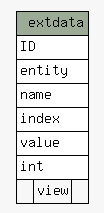
zeyosinc/zeyos-schema keeps this Graphviz diagram as diagrams/summary/extdata.1degree.png. Above is the earlier version. Its source is kept beside it as diagrams/summary/extdata.1degree.dot. Source of this version:
```dot
digraph "extdata" {
  graph [
    rankdir="RL"
    bgcolor="#f7f7f7"
    nodesep="0.18"
    ranksep="0.46"
    fontname="Helvetica"
    fontsize="11"
  ];
  node [
    fontname="Helvetica"
    fontsize="11"
    shape="plaintext"
  ];
  edge [
    arrowsize="0.8"
  ];
  "extdata" [
    label=<
    <TABLE BORDER="0" CELLBORDER="1" CELLSPACING="0" BGCOLOR="#ffffff">
      <TR><TD COLSPAN="3" BGCOLOR="#9bab96" ALIGN="CENTER">extdata</TD></TR>
      <TR><TD PORT="ID" COLSPAN="3" ALIGN="LEFT">ID</TD></TR>
      <TR><TD PORT="entity" COLSPAN="3" ALIGN="LEFT">entity</TD></TR>
      <TR><TD PORT="name" COLSPAN="3" ALIGN="LEFT">name</TD></TR>
      <TR><TD PORT="index" COLSPAN="3" ALIGN="LEFT">index</TD></TR>
      <TR><TD PORT="value" COLSPAN="3" ALIGN="LEFT">value</TD></TR>
      <TR><TD PORT="int" COLSPAN="3" ALIGN="LEFT">int</TD></TR>
      <TR><TD ALIGN="LEFT" BGCOLOR="#f7f7f7">  </TD><TD ALIGN="RIGHT" BGCOLOR="#f7f7f7">view</TD><TD ALIGN="RIGHT" BGCOLOR="#f7f7f7">  </TD></TR>
    </TABLE>>
    URL="tables/extdata.html"
    tooltip="extdata"
  ];
}
```
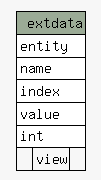
Above is the later version.

Diff of the diagram source:
```diff
@@ -19,7 +19,6 @@
     label=<
     <TABLE BORDER="0" CELLBORDER="1" CELLSPACING="0" BGCOLOR="#ffffff">
       <TR><TD COLSPAN="3" BGCOLOR="#9bab96" ALIGN="CENTER">extdata</TD></TR>
-      <TR><TD PORT="ID" COLSPAN="3" ALIGN="LEFT">ID</TD></TR>
       <TR><TD PORT="entity" COLSPAN="3" ALIGN="LEFT">entity</TD></TR>
       <TR><TD PORT="name" COLSPAN="3" ALIGN="LEFT">name</TD></TR>
       <TR><TD PORT="index" COLSPAN="3" ALIGN="LEFT">index</TD></TR>
```
